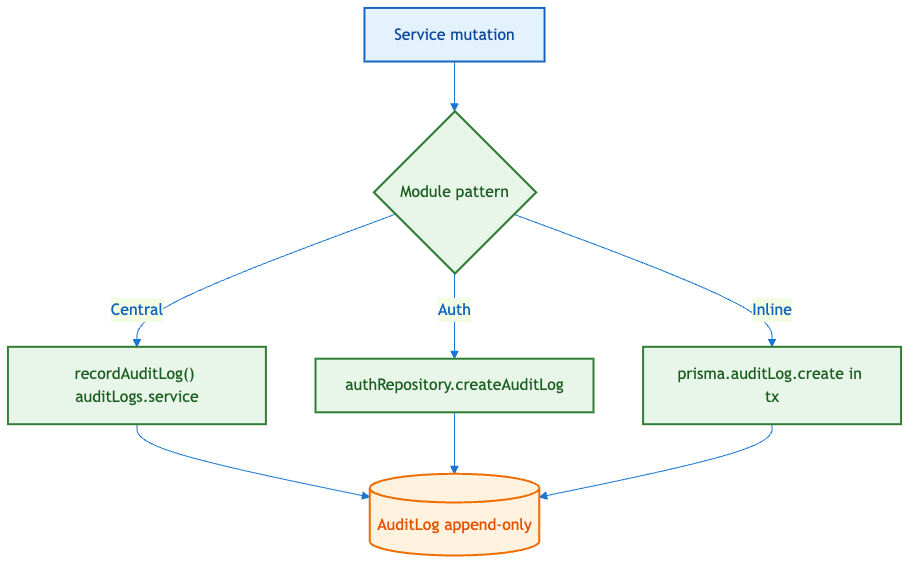
Before: docs/.pdf-assets/diagram-37.png, a diagram exported from Mermaid (saeedafri/Employee-management-system). Its source is kept beside it as docs/.pdf-assets/diagram-37.mmd.
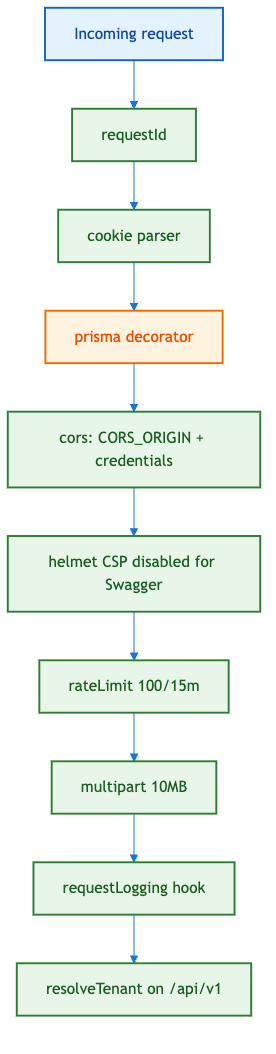
The same file after the commit.

What changed in the source:
```diff
@@ -1,18 +1,20 @@
 flowchart TD
 %%{init: {'theme': 'base', 'themeVariables': { 'primaryColor': '#e3f2fd', 'primaryTextColor': '#1565c0', 'lineColor': '#1976d2'}}}%%
-MUT[Service mutation] --> REC{Module pattern}
-    REC -->|Central| RA["recordAuditLog() auditLogs.service"]
-    REC -->|Auth| AR["authRepository.createAuditLog"]
-    REC -->|Inline| PR["prisma.auditLog.create in tx"]
-    RA --> DB[(AuditLog append-only)]
-    AR --> DB
-    PR --> DB
+IN[Incoming request] --> RID[requestId]
+    RID --> COOKIE[cookie parser]
+    COOKIE --> PRISMA[prisma decorator]
+    PRISMA --> CORS["cors: CORS_ORIGIN + credentials"]
+    CORS --> HELMET["helmet CSP disabled for Swagger"]
+    HELMET --> RATE[rateLimit 100/15m]
+    RATE --> MULTI[multipart 10MB]
+    MULTI --> LOG[requestLogging hook]
+    LOG --> RT[resolveTenant on /api/v1]
 
 classDef client fill:#e3f2fd,stroke:#1565c0,color:#0d47a1
     classDef api fill:#e8f5e9,stroke:#2e7d32,color:#1b5e20
     classDef db fill:#fff3e0,stroke:#ef6c00,color:#e65100
     classDef external fill:#f3e5f5,stroke:#7b1fa2,color:#4a148c
     classDef warn fill:#ffebee,stroke:#c62828,color:#b71c1c
-    class MUT client
-    class AR,PR,RA,REC api
-    class DB db
+    class IN client
+    class COOKIE,CORS,HELMET,LOG,MULTI,RATE,RID,RT api
+    class PRISMA db
```
